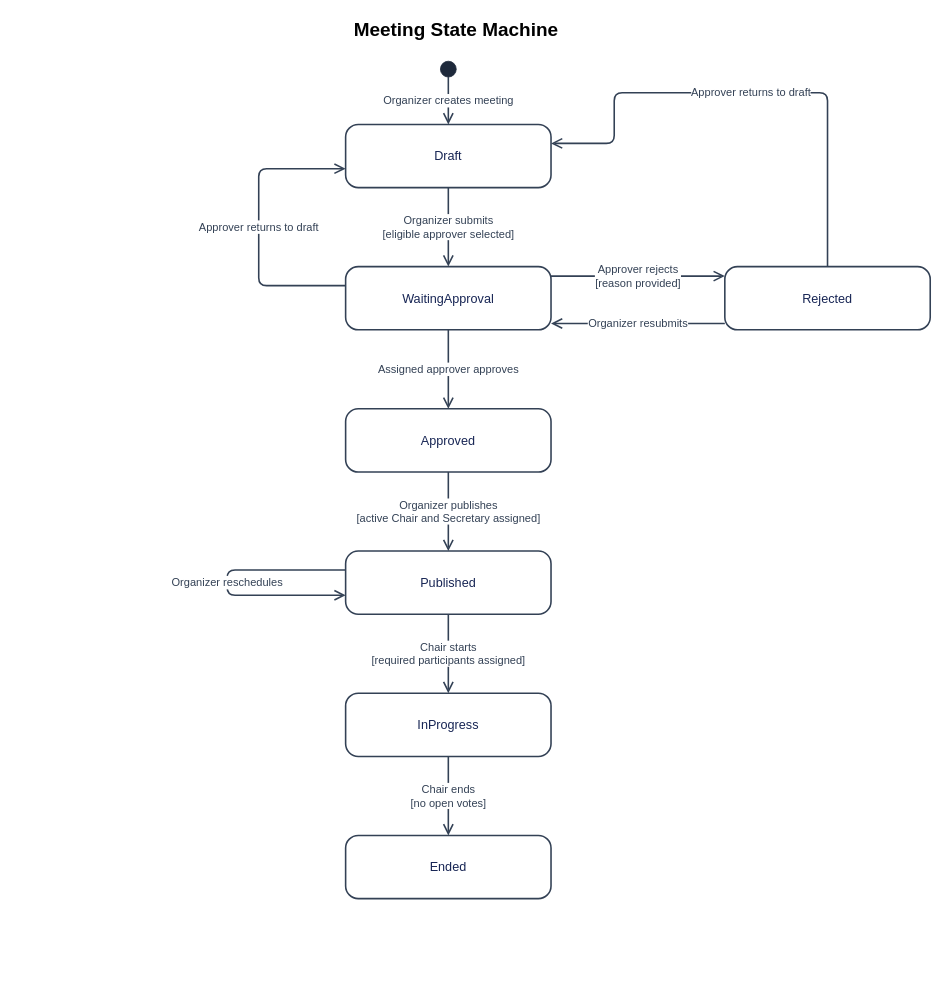
Earlier version of the draw.io diagram docs/10-statemachine/SM-01_Meeting.drawio (callmehai/FU-FA26-G116). Source tidied: cells renumbered, new cells numbered last; positions are measured from the earlier drawing's top-left corner, leaving out a move shared by most shapes. Both pictures are drawn from the tidied source at 79%, with x=0, y=0 at pixel (13, 13).
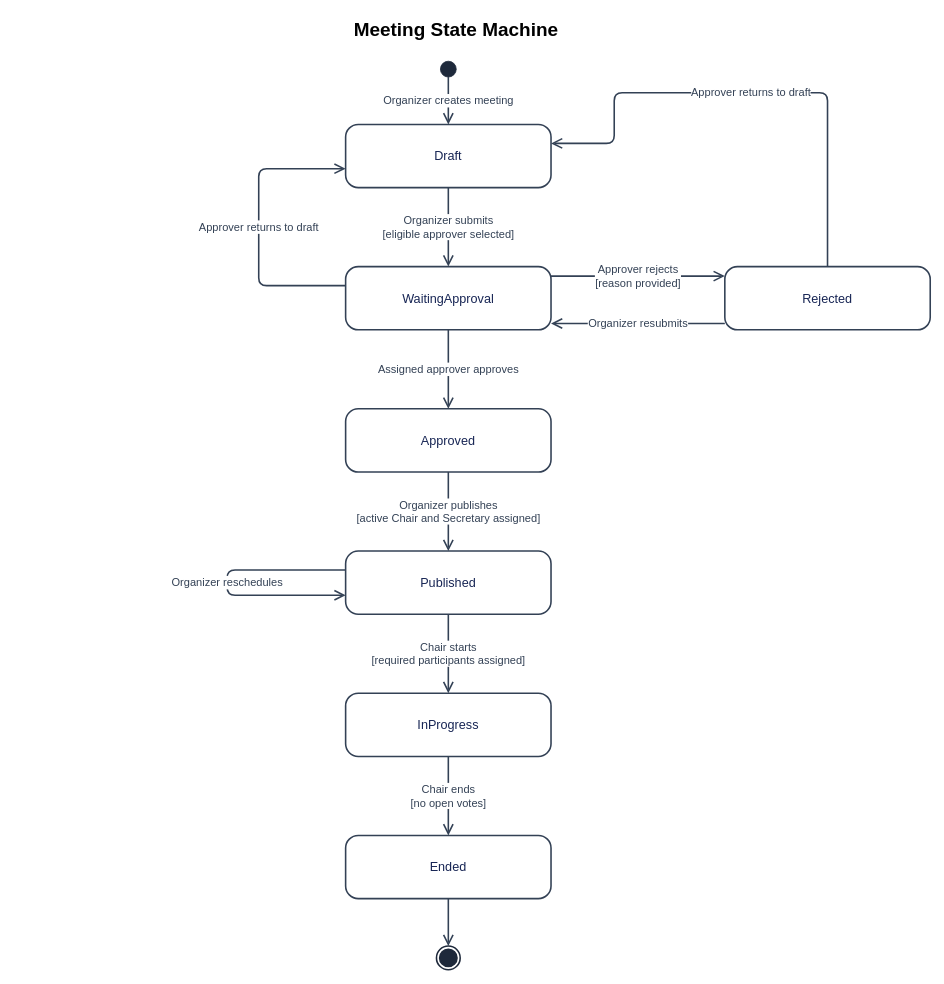
The same diagram, later.

The change refers to these unchanged cells:
```xml
<mxCell id="9" value="Ended" style="html=1;whiteSpace=wrap;fontFamily=Arial;fontSize=16;rounded=1;arcSize=20;fillColor=#ffffff;strokeColor=#334155;fontColor=#172554;strokeWidth=2;" parent="1" vertex="1">
  <mxGeometry x="420" y="1040" width="260" height="80" as="geometry" />
</mxCell>
```

What changed in the source:
```diff
@@
+    <mxCell id="22" style="ellipse;html=1;shape=endState;fillColor=#1e293b;strokeColor=#1e293b;strokeWidth=2;" parent="1" vertex="1">
+      <mxGeometry x="535" y="1180" width="30" height="30" as="geometry" />
+    </mxCell>
+    <mxCell id="23" style="edgeStyle=orthogonalEdgeStyle;rounded=1;jettySize=auto;html=1;endArrow=open;endSize=10;strokeWidth=2;strokeColor=#334155;exitX=0.5;exitY=1;entryX=0.5;entryY=0;" parent="1" edge="1" source="9" target="22">
+      <mxGeometry relative="1" as="geometry" />
+    </mxCell>
```
